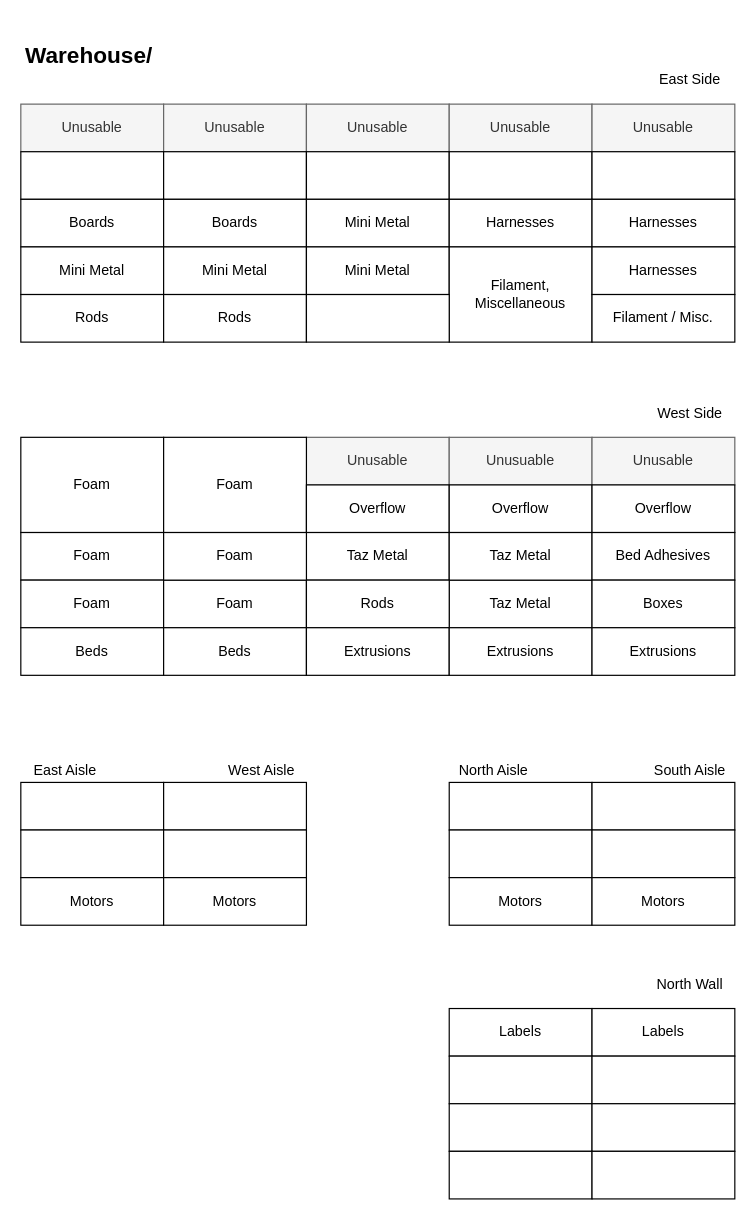
Earlier version of the draw.io diagram WarehouseDiagram.drawio (Kazkade/Flowcharts). Source tidied: cells renumbered, new cells numbered last; positions are measured from the earlier drawing's top-left corner, leaving out a move shared by most shapes. Both pictures are drawn from the tidied source at 119%, with x=0, y=0 at pixel (20, 44).
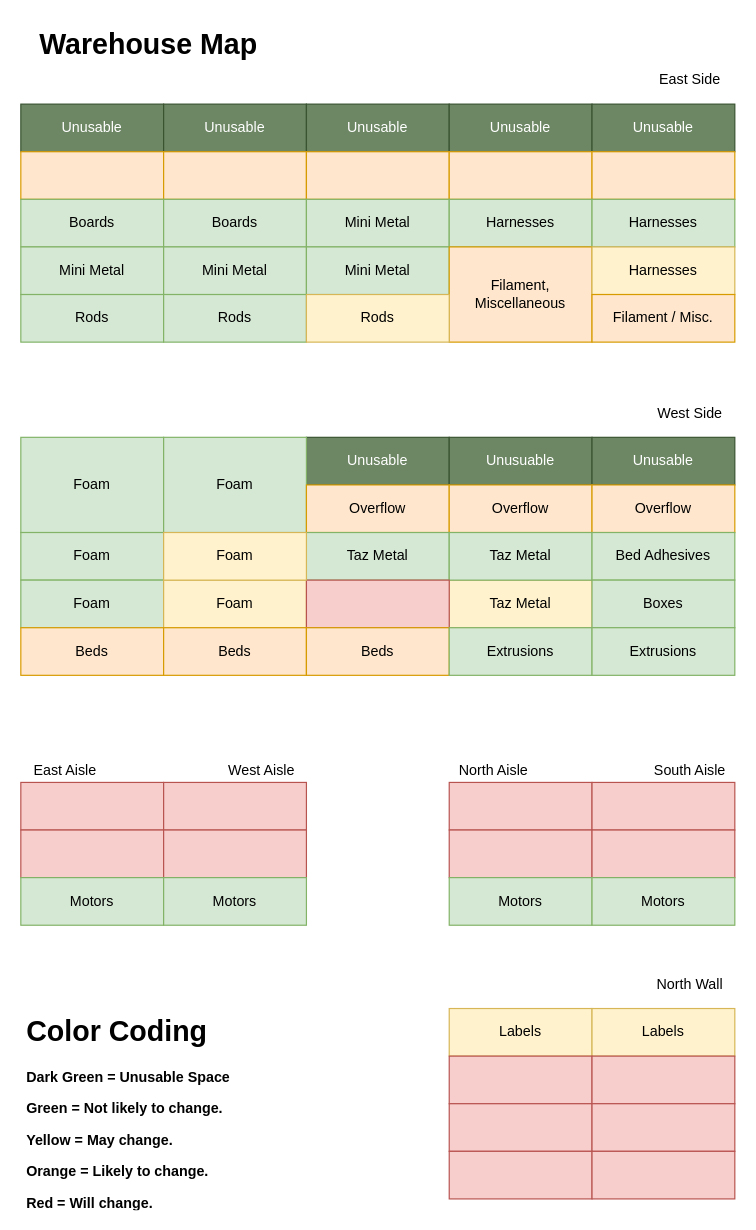
Above is the later version.

What changed in the source:
```diff
@@
-    <mxCell id="2" value="Unusable" style="rounded=0;whiteSpace=wrap;html=1;fillColor=#f5f5f5;strokeColor=#666666;fontColor=#333333;" parent="1" vertex="1">
+    <mxCell id="2" value="Unusable" style="rounded=0;whiteSpace=wrap;html=1;fillColor=#6d8764;strokeColor=#3A5431;fontColor=#ffffff;" parent="1" vertex="1">
       <mxGeometry y="50" width="120" height="40" as="geometry" />
     </mxCell>
-    <mxCell id="3" value="Unusable" style="rounded=0;whiteSpace=wrap;html=1;fillColor=#f5f5f5;strokeColor=#666666;fontColor=#333333;" parent="1" vertex="1">
+    <mxCell id="3" value="Unusable" style="rounded=0;whiteSpace=wrap;html=1;fillColor=#6d8764;strokeColor=#3A5431;fontColor=#ffffff;" parent="1" vertex="1">
       <mxGeometry x="120" y="50" width="120" height="40" as="geometry" />
     </mxCell>
-    <mxCell id="4" value="Unusable" style="rounded=0;whiteSpace=wrap;html=1;fillColor=#f5f5f5;strokeColor=#666666;fontColor=#333333;" parent="1" vertex="1">
+    <mxCell id="4" value="Unusable" style="rounded=0;whiteSpace=wrap;html=1;fillColor=#6d8764;strokeColor=#3A5431;fontColor=#ffffff;" parent="1" vertex="1">
       <mxGeometry x="240" y="50" width="120" height="40" as="geometry" />
     </mxCell>
-    <mxCell id="5" value="Unusable" style="rounded=0;whiteSpace=wrap;html=1;fillColor=#f5f5f5;strokeColor=#666666;fontColor=#333333;" parent="1" vertex="1">
+    <mxCell id="5" value="Unusable" style="rounded=0;whiteSpace=wrap;html=1;fillColor=#6d8764;strokeColor=#3A5431;fontColor=#ffffff;" parent="1" vertex="1">
       <mxGeometry x="360" y="50" width="120" height="40" as="geometry" />
     </mxCell>
-    <mxCell id="6" value="Unusable" style="rounded=0;whiteSpace=wrap;html=1;fillColor=#f5f5f5;strokeColor=#666666;fontColor=#333333;" parent="1" vertex="1">
+    <mxCell id="6" value="Unusable" style="rounded=0;whiteSpace=wrap;html=1;fillColor=#6d8764;strokeColor=#3A5431;fontColor=#ffffff;" parent="1" vertex="1">
       <mxGeometry x="480" y="50" width="120" height="40" as="geometry" />
     </mxCell>
-    <mxCell id="7" style="rounded=0;whiteSpace=wrap;html=1;" parent="1" vertex="1">
+    <mxCell id="7" style="rounded=0;whiteSpace=wrap;html=1;fillColor=#ffe6cc;strokeColor=#d79b00;" parent="1" vertex="1">
       <mxGeometry y="90" width="120" height="40" as="geometry" />
     </mxCell>
-    <mxCell id="8" style="rounded=0;whiteSpace=wrap;html=1;" parent="1" vertex="1">
+    <mxCell id="8" style="rounded=0;whiteSpace=wrap;html=1;fillColor=#ffe6cc;strokeColor=#d79b00;" parent="1" vertex="1">
       <mxGeometry x="120" y="90" width="120" height="40" as="geometry" />
     </mxCell>
-    <mxCell id="9" style="rounded=0;whiteSpace=wrap;html=1;" parent="1" vertex="1">
+    <mxCell id="9" style="rounded=0;whiteSpace=wrap;html=1;fillColor=#ffe6cc;strokeColor=#d79b00;" parent="1" vertex="1">
       <mxGeometry x="240" y="90" width="120" height="40" as="geometry" />
     </mxCell>
-    <mxCell id="10" style="rounded=0;whiteSpace=wrap;html=1;" parent="1" vertex="1">
+    <mxCell id="10" style="rounded=0;whiteSpace=wrap;html=1;fillColor=#ffe6cc;strokeColor=#d79b00;" parent="1" vertex="1">
       <mxGeometry x="360" y="90" width="120" height="40" as="geometry" />
     </mxCell>
-    <mxCell id="11" style="rounded=0;whiteSpace=wrap;html=1;" parent="1" vertex="1">
+    <mxCell id="11" style="rounded=0;whiteSpace=wrap;html=1;fillColor=#ffe6cc;strokeColor=#d79b00;" parent="1" vertex="1">
       <mxGeometry x="480" y="90" width="120" height="40" as="geometry" />
     </mxCell>
-    <mxCell id="12" value="Boards" style="rounded=0;whiteSpace=wrap;html=1;" parent="1" vertex="1">
+    <mxCell id="12" value="Boards" style="rounded=0;whiteSpace=wrap;html=1;fillColor=#d5e8d4;strokeColor=#82b366;" parent="1" vertex="1">
       <mxGeometry y="130" width="120" height="40" as="geometry" />
     </mxCell>
-    <mxCell id="13" value="Boards" style="rounded=0;whiteSpace=wrap;html=1;" parent="1" vertex="1">
+    <mxCell id="13" value="Boards" style="rounded=0;whiteSpace=wrap;html=1;fillColor=#d5e8d4;strokeColor=#82b366;" parent="1" vertex="1">
       <mxGeometry x="120" y="130" width="120" height="40" as="geometry" />
     </mxCell>
-    <mxCell id="14" value="Mini Metal&lt;br&gt;" style="rounded=0;whiteSpace=wrap;html=1;" parent="1" vertex="1">
+    <mxCell id="14" value="Mini Metal&lt;br&gt;" style="rounded=0;whiteSpace=wrap;html=1;fillColor=#d5e8d4;strokeColor=#82b366;" parent="1" vertex="1">
       <mxGeometry x="240" y="130" width="120" height="40" as="geometry" />
     </mxCell>
-    <mxCell id="15" value="Harnesses" style="rounded=0;whiteSpace=wrap;html=1;" parent="1" vertex="1">
+    <mxCell id="15" value="Harnesses" style="rounded=0;whiteSpace=wrap;html=1;fillColor=#d5e8d4;strokeColor=#82b366;" parent="1" vertex="1">
       <mxGeometry x="360" y="130" width="120" height="40" as="geometry" />
     </mxCell>
-    <mxCell id="16" value="Harnesses" style="rounded=0;whiteSpace=wrap;html=1;" parent="1" vertex="1">
+    <mxCell id="16" value="Harnesses" style="rounded=0;whiteSpace=wrap;html=1;fillColor=#d5e8d4;strokeColor=#82b366;" parent="1" vertex="1">
       <mxGeometry x="480" y="130" width="120" height="40" as="geometry" />
     </mxCell>
-    <mxCell id="17" value="Mini Metal" style="rounded=0;whiteSpace=wrap;html=1;" parent="1" vertex="1">
+    <mxCell id="17" value="Mini Metal" style="rounded=0;whiteSpace=wrap;html=1;fillColor=#d5e8d4;strokeColor=#82b366;" parent="1" vertex="1">
       <mxGeometry y="170" width="120" height="40" as="geometry" />
     </mxCell>
-    <mxCell id="18" value="Mini Metal" style="rounded=0;whiteSpace=wrap;html=1;" parent="1" vertex="1">
+    <mxCell id="18" value="Mini Metal" style="rounded=0;whiteSpace=wrap;html=1;fillColor=#d5e8d4;strokeColor=#82b366;" parent="1" vertex="1">
       <mxGeometry x="120" y="170" width="120" height="40" as="geometry" />
     </mxCell>
-    <mxCell id="19" value="Mini Metal" style="rounded=0;whiteSpace=wrap;html=1;" parent="1" vertex="1">
+    <mxCell id="19" value="Mini Metal" style="rounded=0;whiteSpace=wrap;html=1;fillColor=#d5e8d4;strokeColor=#82b366;" parent="1" vertex="1">
       <mxGeometry x="240" y="170" width="120" height="40" as="geometry" />
     </mxCell>
-    <mxCell id="20" value="Filament, &lt;br&gt;Miscellaneous&lt;br&gt;" style="rounded=0;whiteSpace=wrap;html=1;" parent="1" vertex="1">
+    <mxCell id="20" value="Filament, &lt;br&gt;Miscellaneous&lt;br&gt;" style="rounded=0;whiteSpace=wrap;html=1;fillColor=#ffe6cc;strokeColor=#d79b00;" parent="1" vertex="1">
       <mxGeometry x="360" y="170" width="120" height="80" as="geometry" />
     </mxCell>
-    <mxCell id="21" value="Harnesses" style="rounded=0;whiteSpace=wrap;html=1;" parent="1" vertex="1">
+    <mxCell id="21" value="Harnesses" style="rounded=0;whiteSpace=wrap;html=1;fillColor=#fff2cc;strokeColor=#d6b656;" parent="1" vertex="1">
       <mxGeometry x="480" y="170" width="120" height="40" as="geometry" />
     </mxCell>
-    <mxCell id="22" value="Rods&lt;br&gt;" style="rounded=0;whiteSpace=wrap;html=1;" parent="1" vertex="1">
+    <mxCell id="22" value="Rods&lt;br&gt;" style="rounded=0;whiteSpace=wrap;html=1;fillColor=#d5e8d4;strokeColor=#82b366;" parent="1" vertex="1">
       <mxGeometry y="210" width="120" height="40" as="geometry" />
     </mxCell>
-    <mxCell id="23" value="Rods" style="rounded=0;whiteSpace=wrap;html=1;" parent="1" vertex="1">
+    <mxCell id="23" value="Rods" style="rounded=0;whiteSpace=wrap;html=1;fillColor=#d5e8d4;strokeColor=#82b366;" parent="1" vertex="1">
       <mxGeometry x="120" y="210" width="120" height="40" as="geometry" />
     </mxCell>
-    <mxCell id="24" style="rounded=0;whiteSpace=wrap;html=1;" parent="1" vertex="1">
+    <mxCell id="24" value="Rods&lt;br&gt;" style="rounded=0;whiteSpace=wrap;html=1;fillColor=#fff2cc;strokeColor=#d6b656;" parent="1" vertex="1">
       <mxGeometry x="240" y="210" width="120" height="40" as="geometry" />
     </mxCell>
-    <mxCell id="25" value="Filament / Misc.&lt;br&gt;" style="rounded=0;whiteSpace=wrap;html=1;" parent="1" vertex="1">
+    <mxCell id="25" value="Filament / Misc.&lt;br&gt;" style="rounded=0;whiteSpace=wrap;html=1;fillColor=#ffe6cc;strokeColor=#d79b00;" parent="1" vertex="1">
       <mxGeometry x="480" y="210" width="120" height="40" as="geometry" />
     </mxCell>
-    <mxCell id="26" value="&lt;div style=&quot;text-align: left&quot;&gt;&lt;span&gt;&lt;font style=&quot;font-size: 19px&quot;&gt;&lt;b&gt;Warehouse/&lt;/b&gt;&lt;/font&gt;&lt;/span&gt;&lt;/div&gt;" style="text;html=1;strokeColor=none;fillColor=none;align=center;verticalAlign=middle;whiteSpace=wrap;rounded=0;" parent="1" vertex="1">
-      <mxGeometry width="115" height="20" as="geometry" />
+    <mxCell id="26" value="&lt;div style=&quot;text-align: left&quot;&gt;&lt;span&gt;&lt;font size=&quot;1&quot;&gt;&lt;b style=&quot;font-size: 24px&quot;&gt;Warehouse Map&lt;/b&gt;&lt;/font&gt;&lt;/span&gt;&lt;/div&gt;" style="text;html=1;strokeColor=none;fillColor=none;align=center;verticalAlign=middle;whiteSpace=wrap;rounded=0;" parent="1" vertex="1">
+      <mxGeometry y="-20" width="215" height="40" as="geometry" />
     </mxCell>
@@
-    <mxCell id="28" value="Unusable" style="rounded=0;whiteSpace=wrap;html=1;fillColor=#f5f5f5;strokeColor=#666666;fontColor=#333333;" parent="1" vertex="1">
+    <mxCell id="28" value="Unusable" style="rounded=0;whiteSpace=wrap;html=1;fillColor=#6d8764;strokeColor=#3A5431;fontColor=#ffffff;" parent="1" vertex="1">
       <mxGeometry x="240" y="330" width="120" height="40" as="geometry" />
     </mxCell>
-    <mxCell id="29" value="Unusuable" style="rounded=0;whiteSpace=wrap;html=1;fillColor=#f5f5f5;strokeColor=#666666;fontColor=#333333;" parent="1" vertex="1">
+    <mxCell id="29" value="Unusuable" style="rounded=0;whiteSpace=wrap;html=1;fillColor=#6d8764;strokeColor=#3A5431;fontColor=#ffffff;" parent="1" vertex="1">
       <mxGeometry x="360" y="330" width="120" height="40" as="geometry" />
     </mxCell>
-    <mxCell id="30" value="Unusable" style="rounded=0;whiteSpace=wrap;html=1;fillColor=#f5f5f5;strokeColor=#666666;fontColor=#333333;" parent="1" vertex="1">
+    <mxCell id="30" value="Unusable" style="rounded=0;whiteSpace=wrap;html=1;fillColor=#6d8764;strokeColor=#3A5431;fontColor=#ffffff;" parent="1" vertex="1">
       <mxGeometry x="480" y="330" width="120" height="40" as="geometry" />
     </mxCell>
-    <mxCell id="31" value="Foam" style="rounded=0;whiteSpace=wrap;html=1;" parent="1" vertex="1">
+    <mxCell id="31" value="Foam" style="rounded=0;whiteSpace=wrap;html=1;fillColor=#d5e8d4;strokeColor=#82b366;" parent="1" vertex="1">
       <mxGeometry y="330" width="120" height="80" as="geometry" />
     </mxCell>
-    <mxCell id="32" value="Foam" style="rounded=0;whiteSpace=wrap;html=1;" parent="1" vertex="1">
+    <mxCell id="32" value="Foam" style="rounded=0;whiteSpace=wrap;html=1;fillColor=#d5e8d4;strokeColor=#82b366;" parent="1" vertex="1">
       <mxGeometry x="120" y="330" width="120" height="80" as="geometry" />
     </mxCell>
-    <mxCell id="33" value="Overflow&lt;br&gt;" style="rounded=0;whiteSpace=wrap;html=1;" parent="1" vertex="1">
+    <mxCell id="33" value="Overflow&lt;br&gt;" style="rounded=0;whiteSpace=wrap;html=1;fillColor=#ffe6cc;strokeColor=#d79b00;" parent="1" vertex="1">
       <mxGeometry x="240" y="370" width="120" height="40" as="geometry" />
     </mxCell>
-    <mxCell id="34" value="Overflow" style="rounded=0;whiteSpace=wrap;html=1;" parent="1" vertex="1">
+    <mxCell id="34" value="Overflow" style="rounded=0;whiteSpace=wrap;html=1;fillColor=#ffe6cc;strokeColor=#d79b00;" parent="1" vertex="1">
       <mxGeometry x="360" y="370" width="120" height="40" as="geometry" />
     </mxCell>
-    <mxCell id="35" value="Overflow" style="rounded=0;whiteSpace=wrap;html=1;" parent="1" vertex="1">
+    <mxCell id="35" value="Overflow" style="rounded=0;whiteSpace=wrap;html=1;fillColor=#ffe6cc;strokeColor=#d79b00;" parent="1" vertex="1">
       <mxGeometry x="480" y="370" width="120" height="40" as="geometry" />
     </mxCell>
-    <mxCell id="36" value="Foam" style="rounded=0;whiteSpace=wrap;html=1;" parent="1" vertex="1">
+    <mxCell id="36" value="Foam" style="rounded=0;whiteSpace=wrap;html=1;fillColor=#d5e8d4;strokeColor=#82b366;" parent="1" vertex="1">
       <mxGeometry y="410" width="120" height="40" as="geometry" />
     </mxCell>
-    <mxCell id="37" value="Taz Metal" style="rounded=0;whiteSpace=wrap;html=1;" parent="1" vertex="1">
+    <mxCell id="37" value="Taz Metal" style="rounded=0;whiteSpace=wrap;html=1;fillColor=#fff2cc;strokeColor=#d6b656;" parent="1" vertex="1">
       <mxGeometry x="360" y="450" width="120" height="40" as="geometry" />
     </mxCell>
-    <mxCell id="38" value="Taz Metal" style="rounded=0;whiteSpace=wrap;html=1;" parent="1" vertex="1">
+    <mxCell id="38" value="Taz Metal" style="rounded=0;whiteSpace=wrap;html=1;fillColor=#d5e8d4;strokeColor=#82b366;" parent="1" vertex="1">
       <mxGeometry x="240" y="410" width="120" height="40" as="geometry" />
     </mxCell>
-    <mxCell id="39" value="Taz Metal" style="rounded=0;whiteSpace=wrap;html=1;" parent="1" vertex="1">
+    <mxCell id="39" value="Taz Metal" style="rounded=0;whiteSpace=wrap;html=1;fillColor=#d5e8d4;strokeColor=#82b366;" parent="1" vertex="1">
       <mxGeometry x="360" y="410" width="120" height="40" as="geometry" />
     </mxCell>
-    <mxCell id="40" value="Bed Adhesives" style="rounded=0;whiteSpace=wrap;html=1;" parent="1" vertex="1">
+    <mxCell id="40" value="Bed Adhesives" style="rounded=0;whiteSpace=wrap;html=1;fillColor=#d5e8d4;strokeColor=#82b366;" parent="1" vertex="1">
       <mxGeometry x="480" y="410" width="120" height="40" as="geometry" />
     </mxCell>
-    <mxCell id="41" value="Foam" style="rounded=0;whiteSpace=wrap;html=1;" parent="1" vertex="1">
+    <mxCell id="41" value="Foam" style="rounded=0;whiteSpace=wrap;html=1;fillColor=#d5e8d4;strokeColor=#82b366;" parent="1" vertex="1">
       <mxGeometry y="450" width="120" height="40" as="geometry" />
     </mxCell>
-    <mxCell id="42" value="Foam" style="rounded=0;whiteSpace=wrap;html=1;" parent="1" vertex="1">
+    <mxCell id="42" value="Foam" style="rounded=0;whiteSpace=wrap;html=1;fillColor=#fff2cc;strokeColor=#d6b656;" parent="1" vertex="1">
       <mxGeometry x="120" y="450" width="120" height="40" as="geometry" />
     </mxCell>
-    <mxCell id="43" value="Rods" style="rounded=0;whiteSpace=wrap;html=1;" parent="1" vertex="1">
+    <mxCell id="43" style="rounded=0;whiteSpace=wrap;html=1;fillColor=#f8cecc;strokeColor=#b85450;" parent="1" vertex="1">
       <mxGeometry x="240" y="450" width="120" height="40" as="geometry" />
     </mxCell>
-    <mxCell id="44" value="Boxes" style="rounded=0;whiteSpace=wrap;html=1;" parent="1" vertex="1">
+    <mxCell id="44" value="Boxes" style="rounded=0;whiteSpace=wrap;html=1;fillColor=#d5e8d4;strokeColor=#82b366;" parent="1" vertex="1">
       <mxGeometry x="480" y="450" width="120" height="40" as="geometry" />
     </mxCell>
-    <mxCell id="45" value="Beds" style="rounded=0;whiteSpace=wrap;html=1;" parent="1" vertex="1">
+    <mxCell id="45" value="Beds" style="rounded=0;whiteSpace=wrap;html=1;fillColor=#ffe6cc;strokeColor=#d79b00;" parent="1" vertex="1">
       <mxGeometry y="490" width="120" height="40" as="geometry" />
     </mxCell>
-    <mxCell id="46" value="Beds" style="rounded=0;whiteSpace=wrap;html=1;" parent="1" vertex="1">
+    <mxCell id="46" value="Beds" style="rounded=0;whiteSpace=wrap;html=1;fillColor=#ffe6cc;strokeColor=#d79b00;" parent="1" vertex="1">
       <mxGeometry x="120" y="490" width="120" height="40" as="geometry" />
     </mxCell>
-    <mxCell id="47" value="Extrusions" style="rounded=0;whiteSpace=wrap;html=1;" parent="1" vertex="1">
+    <mxCell id="47" value="Beds&lt;br&gt;" style="rounded=0;whiteSpace=wrap;html=1;fillColor=#ffe6cc;strokeColor=#d79b00;" parent="1" vertex="1">
       <mxGeometry x="240" y="490" width="120" height="40" as="geometry" />
     </mxCell>
-    <mxCell id="48" value="Extrusions" style="rounded=0;whiteSpace=wrap;html=1;" parent="1" vertex="1">
+    <mxCell id="48" value="Extrusions" style="rounded=0;whiteSpace=wrap;html=1;fillColor=#d5e8d4;strokeColor=#82b366;" parent="1" vertex="1">
       <mxGeometry x="360" y="490" width="120" height="40" as="geometry" />
     </mxCell>
-    <mxCell id="49" value="Extrusions&lt;br&gt;" style="rounded=0;whiteSpace=wrap;html=1;" parent="1" vertex="1">
+    <mxCell id="49" value="Extrusions&lt;br&gt;" style="rounded=0;whiteSpace=wrap;html=1;fillColor=#d5e8d4;strokeColor=#82b366;" parent="1" vertex="1">
       <mxGeometry x="480" y="490" width="120" height="40" as="geometry" />
     </mxCell>
@@
-    <mxCell id="51" style="rounded=0;whiteSpace=wrap;html=1;" parent="1" vertex="1">
+    <mxCell id="51" style="rounded=0;whiteSpace=wrap;html=1;fillColor=#f8cecc;strokeColor=#b85450;" parent="1" vertex="1">
       <mxGeometry y="620" width="120" height="40" as="geometry" />
     </mxCell>
-    <mxCell id="52" style="rounded=0;whiteSpace=wrap;html=1;" parent="1" vertex="1">
+    <mxCell id="52" style="rounded=0;whiteSpace=wrap;html=1;fillColor=#f8cecc;strokeColor=#b85450;" parent="1" vertex="1">
       <mxGeometry x="120" y="620" width="120" height="40" as="geometry" />
     </mxCell>
-    <mxCell id="53" style="rounded=0;whiteSpace=wrap;html=1;" parent="1" vertex="1">
+    <mxCell id="53" style="rounded=0;whiteSpace=wrap;html=1;fillColor=#f8cecc;strokeColor=#b85450;" parent="1" vertex="1">
       <mxGeometry x="360" y="620" width="120" height="40" as="geometry" />
     </mxCell>
-    <mxCell id="54" style="rounded=0;whiteSpace=wrap;html=1;" parent="1" vertex="1">
+    <mxCell id="54" style="rounded=0;whiteSpace=wrap;html=1;fillColor=#f8cecc;strokeColor=#b85450;" parent="1" vertex="1">
       <mxGeometry x="480" y="620" width="120" height="40" as="geometry" />
     </mxCell>
-    <mxCell id="55" style="rounded=0;whiteSpace=wrap;html=1;" parent="1" vertex="1">
+    <mxCell id="55" style="rounded=0;whiteSpace=wrap;html=1;fillColor=#f8cecc;strokeColor=#b85450;" parent="1" vertex="1">
       <mxGeometry y="660" width="120" height="40" as="geometry" />
     </mxCell>
-    <mxCell id="56" style="rounded=0;whiteSpace=wrap;html=1;" parent="1" vertex="1">
+    <mxCell id="56" style="rounded=0;whiteSpace=wrap;html=1;fillColor=#f8cecc;strokeColor=#b85450;" parent="1" vertex="1">
       <mxGeometry x="120" y="660" width="120" height="40" as="geometry" />
     </mxCell>
-    <mxCell id="57" style="rounded=0;whiteSpace=wrap;html=1;" parent="1" vertex="1">
+    <mxCell id="57" style="rounded=0;whiteSpace=wrap;html=1;fillColor=#f8cecc;strokeColor=#b85450;" parent="1" vertex="1">
       <mxGeometry x="360" y="660" width="120" height="40" as="geometry" />
     </mxCell>
-    <mxCell id="58" style="rounded=0;whiteSpace=wrap;html=1;" parent="1" vertex="1">
+    <mxCell id="58" style="rounded=0;whiteSpace=wrap;html=1;fillColor=#f8cecc;strokeColor=#b85450;" parent="1" vertex="1">
       <mxGeometry x="480" y="660" width="120" height="40" as="geometry" />
     </mxCell>
-    <mxCell id="59" value="Motors" style="rounded=0;whiteSpace=wrap;html=1;" parent="1" vertex="1">
+    <mxCell id="59" value="Motors" style="rounded=0;whiteSpace=wrap;html=1;fillColor=#d5e8d4;strokeColor=#82b366;" parent="1" vertex="1">
       <mxGeometry y="700" width="120" height="40" as="geometry" />
     </mxCell>
-    <mxCell id="60" value="Motors" style="rounded=0;whiteSpace=wrap;html=1;" parent="1" vertex="1">
+    <mxCell id="60" value="Motors" style="rounded=0;whiteSpace=wrap;html=1;fillColor=#d5e8d4;strokeColor=#82b366;" parent="1" vertex="1">
       <mxGeometry x="120" y="700" width="120" height="40" as="geometry" />
     </mxCell>
-    <mxCell id="61" value="Motors" style="rounded=0;whiteSpace=wrap;html=1;" parent="1" vertex="1">
+    <mxCell id="61" value="Motors" style="rounded=0;whiteSpace=wrap;html=1;fillColor=#d5e8d4;strokeColor=#82b366;" parent="1" vertex="1">
       <mxGeometry x="360" y="700" width="120" height="40" as="geometry" />
     </mxCell>
-    <mxCell id="62" value="Motors" style="rounded=0;whiteSpace=wrap;html=1;" parent="1" vertex="1">
+    <mxCell id="62" value="Motors" style="rounded=0;whiteSpace=wrap;html=1;fillColor=#d5e8d4;strokeColor=#82b366;" parent="1" vertex="1">
       <mxGeometry x="480" y="700" width="120" height="40" as="geometry" />
     </mxCell>
-    <mxCell id="63" value="Labels" style="rounded=0;whiteSpace=wrap;html=1;" parent="1" vertex="1">
+    <mxCell id="63" value="Labels" style="rounded=0;whiteSpace=wrap;html=1;fillColor=#fff2cc;strokeColor=#d6b656;" parent="1" vertex="1">
       <mxGeometry x="360" y="810" width="120" height="40" as="geometry" />
     </mxCell>
-    <mxCell id="64" value="Labels" style="rounded=0;whiteSpace=wrap;html=1;" parent="1" vertex="1">
+    <mxCell id="64" value="Labels" style="rounded=0;whiteSpace=wrap;html=1;fillColor=#fff2cc;strokeColor=#d6b656;" parent="1" vertex="1">
       <mxGeometry x="480" y="810" width="120" height="40" as="geometry" />
     </mxCell>
-    <mxCell id="65" style="rounded=0;whiteSpace=wrap;html=1;" parent="1" vertex="1">
+    <mxCell id="65" style="rounded=0;whiteSpace=wrap;html=1;fillColor=#f8cecc;strokeColor=#b85450;" parent="1" vertex="1">
       <mxGeometry x="360" y="850" width="120" height="40" as="geometry" />
     </mxCell>
-    <mxCell id="66" style="rounded=0;whiteSpace=wrap;html=1;" parent="1" vertex="1">
+    <mxCell id="66" style="rounded=0;whiteSpace=wrap;html=1;fillColor=#f8cecc;strokeColor=#b85450;" parent="1" vertex="1">
       <mxGeometry x="480" y="850" width="120" height="40" as="geometry" />
     </mxCell>
-    <mxCell id="67" style="rounded=0;whiteSpace=wrap;html=1;" parent="1" vertex="1">
+    <mxCell id="67" style="rounded=0;whiteSpace=wrap;html=1;fillColor=#f8cecc;strokeColor=#b85450;" parent="1" vertex="1">
       <mxGeometry x="360" y="890" width="120" height="40" as="geometry" />
     </mxCell>
-    <mxCell id="68" style="rounded=0;whiteSpace=wrap;html=1;" parent="1" vertex="1">
+    <mxCell id="68" style="rounded=0;whiteSpace=wrap;html=1;fillColor=#f8cecc;strokeColor=#b85450;" parent="1" vertex="1">
       <mxGeometry x="480" y="890" width="120" height="40" as="geometry" />
     </mxCell>
@@
-    <mxCell id="70" style="rounded=0;whiteSpace=wrap;html=1;" parent="1" vertex="1">
+    <mxCell id="70" style="rounded=0;whiteSpace=wrap;html=1;fillColor=#f8cecc;strokeColor=#b85450;" parent="1" vertex="1">
       <mxGeometry x="360" y="930" width="120" height="40" as="geometry" />
     </mxCell>
-    <mxCell id="71" style="rounded=0;whiteSpace=wrap;html=1;" parent="1" vertex="1">
+    <mxCell id="71" style="rounded=0;whiteSpace=wrap;html=1;fillColor=#f8cecc;strokeColor=#b85450;" parent="1" vertex="1">
       <mxGeometry x="480" y="930" width="120" height="40" as="geometry" />
     </mxCell>
@@
-    <mxCell id="76" value="Foam" style="rounded=0;whiteSpace=wrap;html=1;" parent="1" vertex="1">
+    <mxCell id="76" value="Foam" style="rounded=0;whiteSpace=wrap;html=1;fillColor=#fff2cc;strokeColor=#d6b656;" parent="1" vertex="1">
       <mxGeometry x="120" y="410" width="120" height="40" as="geometry" />
     </mxCell>
+    <mxCell id="77" value="&lt;h1&gt;Color Coding&lt;/h1&gt;&lt;p&gt;&lt;b&gt;Dark Green = Unusable Space&lt;/b&gt;&lt;/p&gt;&lt;p&gt;&lt;b&gt;Green = Not likely to change.&lt;/b&gt;&lt;/p&gt;&lt;p&gt;&lt;b&gt;Yellow = May change.&lt;/b&gt;&lt;/p&gt;&lt;p&gt;&lt;b&gt;Orange = Likely to change.&lt;/b&gt;&lt;/p&gt;&lt;p&gt;&lt;b&gt;Red = Will change.&lt;/b&gt;&lt;/p&gt;" style="text;html=1;strokeColor=none;fillColor=none;spacing=5;spacingTop=-20;whiteSpace=wrap;overflow=hidden;rounded=0;" parent="1" vertex="1">
+      <mxGeometry y="810" width="190" height="170" as="geometry" />
+    </mxCell>
```
